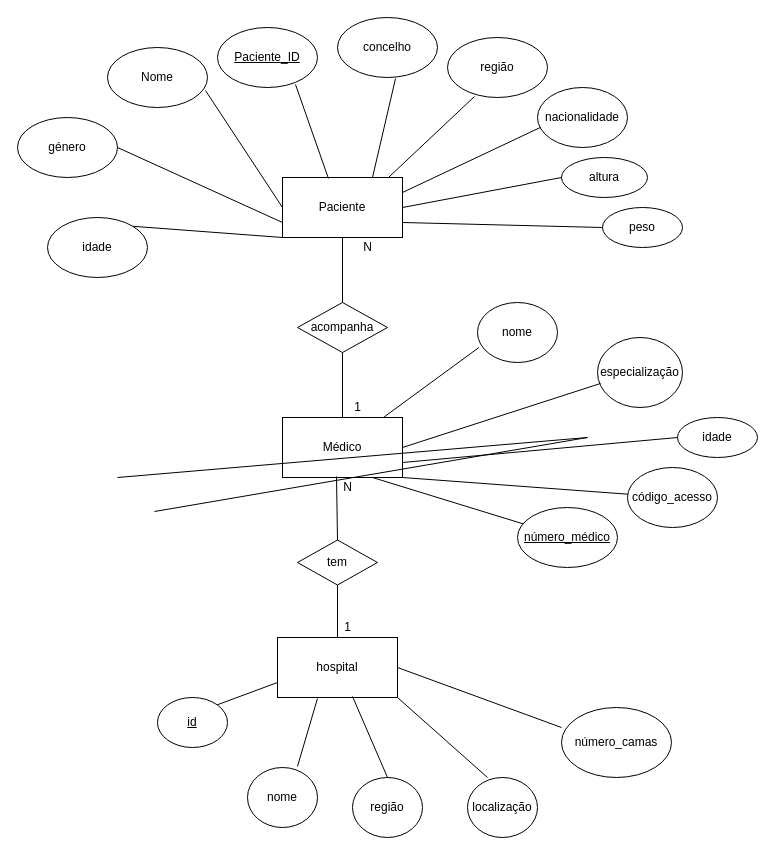
Earlier version of the draw.io diagram report/analiseRequisitosBD/DER_IES.drawio (rafaelbaptista13/projeto_ies). Source tidied: cells renumbered, new cells numbered last; positions are measured from the earlier drawing's top-left corner, leaving out a move shared by most shapes. Both pictures are drawn from the tidied source at 100%, with x=0, y=0 at pixel (17, 17).
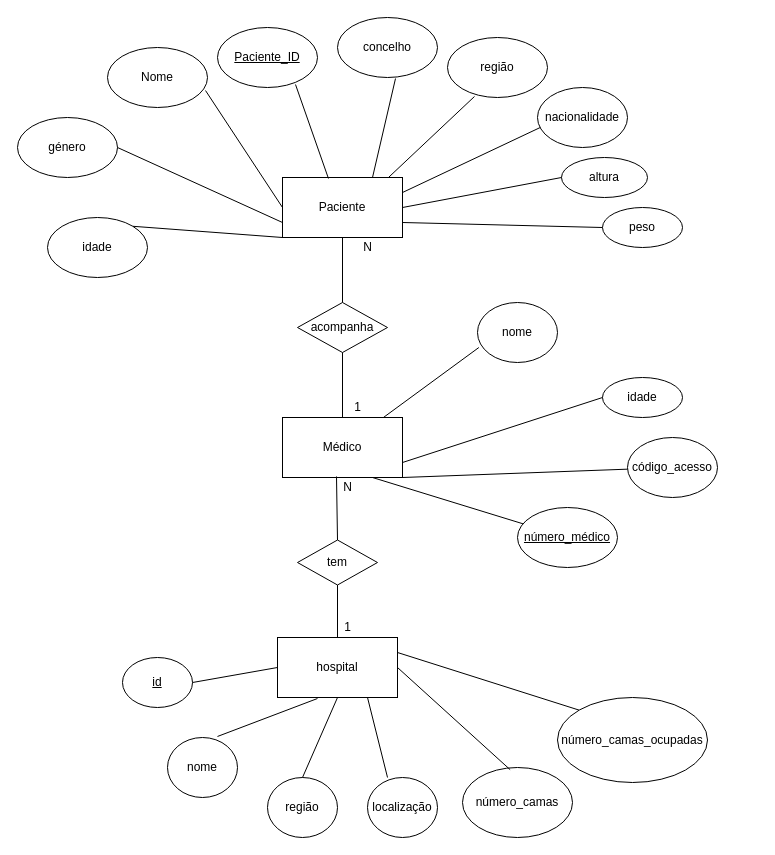
Above is the later version.

The change refers to these unchanged cells:
```xml
<mxCell id="21" value="Médico" style="rounded=0;whiteSpace=wrap;html=1;" parent="1" vertex="1">
  <mxGeometry x="265" y="400" width="120" height="60" as="geometry" />
</mxCell>
<mxCell id="36" value="hospital" style="rounded=0;whiteSpace=wrap;html=1;" parent="1" vertex="1">
  <mxGeometry x="260" y="620" width="120" height="60" as="geometry" />
</mxCell>
```

Diff of the diagram source:
```diff
@@
     <mxCell id="23" value="código_acesso" style="ellipse;whiteSpace=wrap;html=1;" parent="1" vertex="1">
-      <mxGeometry x="610" y="450" width="90" height="60" as="geometry" />
+      <mxGeometry x="610" y="420" width="90" height="60" as="geometry" />
     </mxCell>
@@
     <mxCell id="25" value="idade" style="ellipse;whiteSpace=wrap;html=1;" parent="1" vertex="1">
-      <mxGeometry x="660" y="400" width="80" height="40" as="geometry" />
+      <mxGeometry x="585" y="360" width="80" height="40" as="geometry" />
     </mxCell>
-    <mxCell id="26" value="especialização" style="ellipse;whiteSpace=wrap;html=1;" parent="1" vertex="1">
-      <mxGeometry x="580" y="320" width="85" height="70" as="geometry" />
-    </mxCell>
@@
-    <mxCell id="30" style="endArrow=none;html=1;entryX=0.035;entryY=0.657;entryDx=0;entryDy=0;exitX=1;exitY=0.5;exitDx=0;exitDy=0;entryPerimeter=0;" parent="1" edge="1" source="21" target="26">
-      <mxGeometry relative="1" as="geometry" />
-    </mxCell>
@@
     <mxCell id="37" value="&lt;u&gt;id&lt;/u&gt;" style="ellipse;whiteSpace=wrap;html=1;" parent="1" vertex="1">
-      <mxGeometry x="140" y="680" width="70" height="50" as="geometry" />
+      <mxGeometry x="105" y="640" width="70" height="50" as="geometry" />
     </mxCell>
     <mxCell id="38" value="nome" style="ellipse;whiteSpace=wrap;html=1;" parent="1" vertex="1">
-      <mxGeometry x="230" y="750" width="70" height="60" as="geometry" />
+      <mxGeometry x="150" y="720" width="70" height="60" as="geometry" />
     </mxCell>
     <mxCell id="39" value="localização" style="ellipse;whiteSpace=wrap;html=1;" parent="1" vertex="1">
-      <mxGeometry x="450" y="760" width="70" height="60" as="geometry" />
+      <mxGeometry x="350" y="760" width="70" height="60" as="geometry" />
     </mxCell>
     <mxCell id="40" value="região" style="ellipse;whiteSpace=wrap;html=1;" parent="1" vertex="1">
-      <mxGeometry x="335" y="760" width="70" height="60" as="geometry" />
+      <mxGeometry x="250" y="760" width="70" height="60" as="geometry" />
     </mxCell>
     <mxCell id="41" value="número_camas" style="ellipse;whiteSpace=wrap;html=1;" parent="1" vertex="1">
-      <mxGeometry x="544" y="690" width="110" height="70" as="geometry" />
+      <mxGeometry x="445" y="750" width="110" height="70" as="geometry" />
     </mxCell>
-    <mxCell id="42" style="endArrow=none;html=1;exitX=1;exitY=0;exitDx=0;exitDy=0;entryX=0;entryY=0.75;entryDx=0;entryDy=0;" parent="1" edge="1" source="37" target="36">
+    <mxCell id="42" style="endArrow=none;html=1;exitX=1;exitY=0.5;exitDx=0;exitDy=0;entryX=0;entryY=0.5;entryDx=0;entryDy=0;" parent="1" edge="1" source="37" target="36">
       <mxGeometry relative="1" as="geometry" />
     </mxCell>
@@
-    <mxCell id="44" style="endArrow=none;html=1;exitX=0.5;exitY=0;exitDx=0;exitDy=0;entryX=0.625;entryY=0.983;entryDx=0;entryDy=0;entryPerimeter=0;" parent="1" edge="1" source="40" target="36">
+    <mxCell id="44" style="endArrow=none;html=1;exitX=0.5;exitY=0;exitDx=0;exitDy=0;entryX=0.5;entryY=1;entryDx=0;entryDy=0;" parent="1" edge="1" source="40" target="36">
       <mxGeometry relative="1" as="geometry" />
     </mxCell>
-    <mxCell id="45" style="endArrow=none;html=1;exitX=0.286;exitY=0;exitDx=0;exitDy=0;exitPerimeter=0;entryX=1;entryY=1;entryDx=0;entryDy=0;" parent="1" edge="1" source="39" target="36">
+    <mxCell id="45" style="endArrow=none;html=1;exitX=0.286;exitY=0;exitDx=0;exitDy=0;exitPerimeter=0;entryX=0.75;entryY=1;entryDx=0;entryDy=0;" parent="1" edge="1" source="39" target="36">
       <mxGeometry relative="1" as="geometry" />
     </mxCell>
-    <mxCell id="46" style="endArrow=none;html=1;entryX=1;entryY=0.5;entryDx=0;entryDy=0;exitX=0;exitY=0.286;exitDx=0;exitDy=0;exitPerimeter=0;" parent="1" edge="1" source="41" target="36">
+    <mxCell id="46" style="endArrow=none;html=1;entryX=1;entryY=0.5;entryDx=0;entryDy=0;exitX=0.433;exitY=0.031;exitDx=0;exitDy=0;exitPerimeter=0;" parent="1" edge="1" source="41" target="36">
       <mxGeometry relative="1" as="geometry" />
     </mxCell>
@@
-    <mxCell id="52" style="endArrow=none;html=1;exitX=0.711;exitY=0.045;exitDx=0;exitDy=0;exitPerimeter=0;entryX=0;entryY=0.5;entryDx=0;entryDy=0;" parent="1" edge="1">
-      <mxGeometry relative="1" as="geometry">
-        <mxPoint x="570" y="420" as="sourcePoint" />
-        <mxPoint x="100" y="460" as="targetPoint" />
-      </mxGeometry>
-    </mxCell>
-    <mxCell id="53" style="endArrow=none;html=1;exitX=0.5;exitY=0;exitDx=0;exitDy=0;entryX=0.308;entryY=1.067;entryDx=0;entryDy=0;entryPerimeter=0;" parent="1" edge="1">
-      <mxGeometry relative="1" as="geometry">
-        <mxPoint x="570" y="420" as="sourcePoint" />
-        <mxPoint x="137" y="494" as="targetPoint" />
-      </mxGeometry>
-    </mxCell>
@@
+    <mxCell id="55" value="número_camas_ocupadas" style="ellipse;whiteSpace=wrap;html=1;" parent="1" vertex="1">
+      <mxGeometry x="540" y="680" width="150" height="85" as="geometry" />
+    </mxCell>
+    <mxCell id="56" style="endArrow=none;html=1;entryX=1;entryY=0.25;entryDx=0;entryDy=0;exitX=0;exitY=0;exitDx=0;exitDy=0;" parent="1" edge="1" source="55" target="36">
+      <mxGeometry relative="1" as="geometry" />
+    </mxCell>
```
